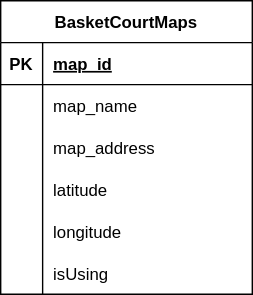
This is src/app/_design/db.drawio.svg from yamaneko86/basket-court-map-ts, a draw.io export, as it was before one commit. Source tidied: cells renumbered, new cells last; positions are measured from the earlier drawing's top-left corner, leaving out a move shared by most shapes.
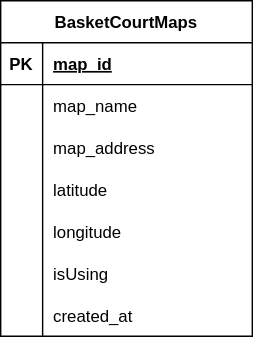
The same diagram one commit later.

What changed in the source:
```diff
@@ -3,7 +3,7 @@
     <mxCell id="0" />
     <mxCell id="1" parent="0" />
     <mxCell id="2" value="BasketCourtMaps" style="shape=table;startSize=30;rowLines=0;fontStyle=1;align=center;" parent="1" vertex="1">
-      <mxGeometry width="180" height="210" as="geometry" />
+      <mxGeometry width="180" height="240" as="geometry" />
     </mxCell>
     <mxCell id="3" style="shape=tableRow;horizontal=0;startSize=0;swimlaneHead=0;swimlaneBody=0;fillColor=none;top=0;left=0;right=0;bottom=1;" parent="2" vertex="1">
       <mxGeometry y="30" width="180" height="30" as="geometry" />
@@ -59,5 +59,14 @@
     <mxCell id="20" value="isUsing" style="shape=partialRectangle;fillColor=none;top=0;left=0;bottom=0;right=0;align=left;spacingLeft=6;overflow=hidden;" parent="18" vertex="1">
       <mxGeometry x="30" width="150" height="30" as="geometry" />
     </mxCell>
+    <mxCell id="21" style="shape=tableRow;horizontal=0;startSize=0;swimlaneHead=0;swimlaneBody=0;fillColor=none;top=0;left=0;right=0;bottom=0;" parent="2" vertex="1">
+      <mxGeometry y="210" width="180" height="30" as="geometry" />
+    </mxCell>
+    <mxCell id="22" style="shape=partialRectangle;fillColor=none;top=0;left=0;bottom=0;right=0;overflow=hidden;" parent="21" vertex="1">
+      <mxGeometry width="30" height="30" as="geometry" />
+    </mxCell>
+    <mxCell id="23" value="created_at" style="shape=partialRectangle;fillColor=none;top=0;left=0;bottom=0;right=0;align=left;spacingLeft=6;overflow=hidden;" parent="21" vertex="1">
+      <mxGeometry x="30" width="150" height="30" as="geometry" />
+    </mxCell>
   </root>
 </mxGraphModel>
```
